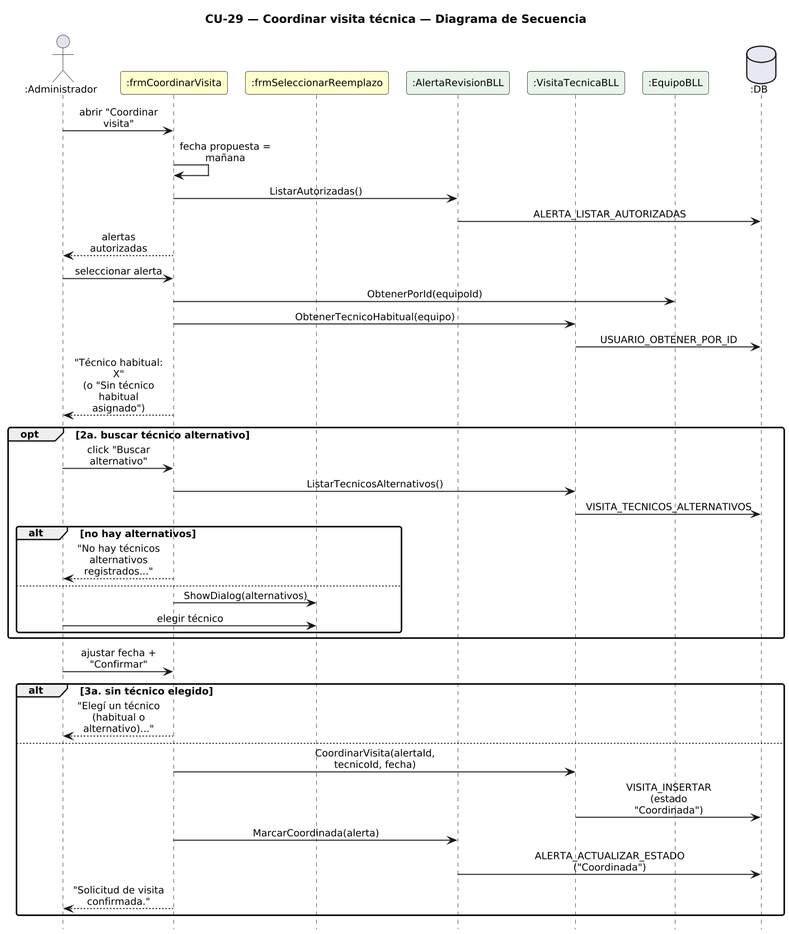
Urrels/ingenieria_software keeps this PlantUML diagram as DIAGRAMAS/DiagramaSecuencia_CU29_CoordinarVisita.png. Above is the earlier version. Source of this version:
```plantuml
@startuml DiagramaSecuencia_CU29_CoordinarVisita

title CU-29 — Coordinar visita técnica — Diagrama de Secuencia

skinparam shadowing false
skinparam roundcorner 6
skinparam sequenceArrowThickness 1.2
skinparam ParticipantPadding 6
skinparam BoxPadding 4
skinparam maxMessageSize 115
skinparam sequenceMessageAlign center
skinparam defaultFontSize 12
skinparam dpi 140
hide footbox

actor ":Administrador" as A
participant ":frmCoordinarVisita" as F #FEFECE
participant ":frmSeleccionarReemplazo" as SR #FEFECE
participant ":AlertaRevisionBLL" as AB #E8F4E8
participant ":VisitaTecnicaBLL" as VB #E8F4E8
participant ":EquipoBLL" as EB #E8F4E8
database ":DB" as DB #E8E8F4

A -> F : abrir "Coordinar visita"
F -> F : fecha propuesta = mañana
F -> AB : ListarAutorizadas()
AB -> DB : ALERTA_LISTAR_AUTORIZADAS
F --> A : alertas autorizadas
A -> F : seleccionar alerta
F -> EB : ObtenerPorId(equipoId)
F -> VB : ObtenerTecnicoHabitual(equipo)
VB -> DB : USUARIO_OBTENER_POR_ID
F --> A : "Técnico habitual: X"\n(o "Sin técnico habitual asignado")
opt 2a. buscar técnico alternativo
  A -> F : click "Buscar alternativo"
  F -> VB : ListarTecnicosAlternativos()
  VB -> DB : VISITA_TECNICOS_ALTERNATIVOS
  alt no hay alternativos
    F --> A : "No hay técnicos alternativos registrados..."
  else
    F -> SR : ShowDialog(alternativos)
    A -> SR : elegir técnico
  end
end
A -> F : ajustar fecha + "Confirmar"
alt 3a. sin técnico elegido
  F --> A : "Elegí un técnico (habitual o alternativo)..."
else
  F -> VB : CoordinarVisita(alertaId, tecnicoId, fecha)
  VB -> DB : VISITA_INSERTAR (estado "Coordinada")
  F -> AB : MarcarCoordinada(alerta)
  AB -> DB : ALERTA_ACTUALIZAR_ESTADO ("Coordinada")
  F --> A : "Solicitud de visita confirmada."
end

@enduml
```
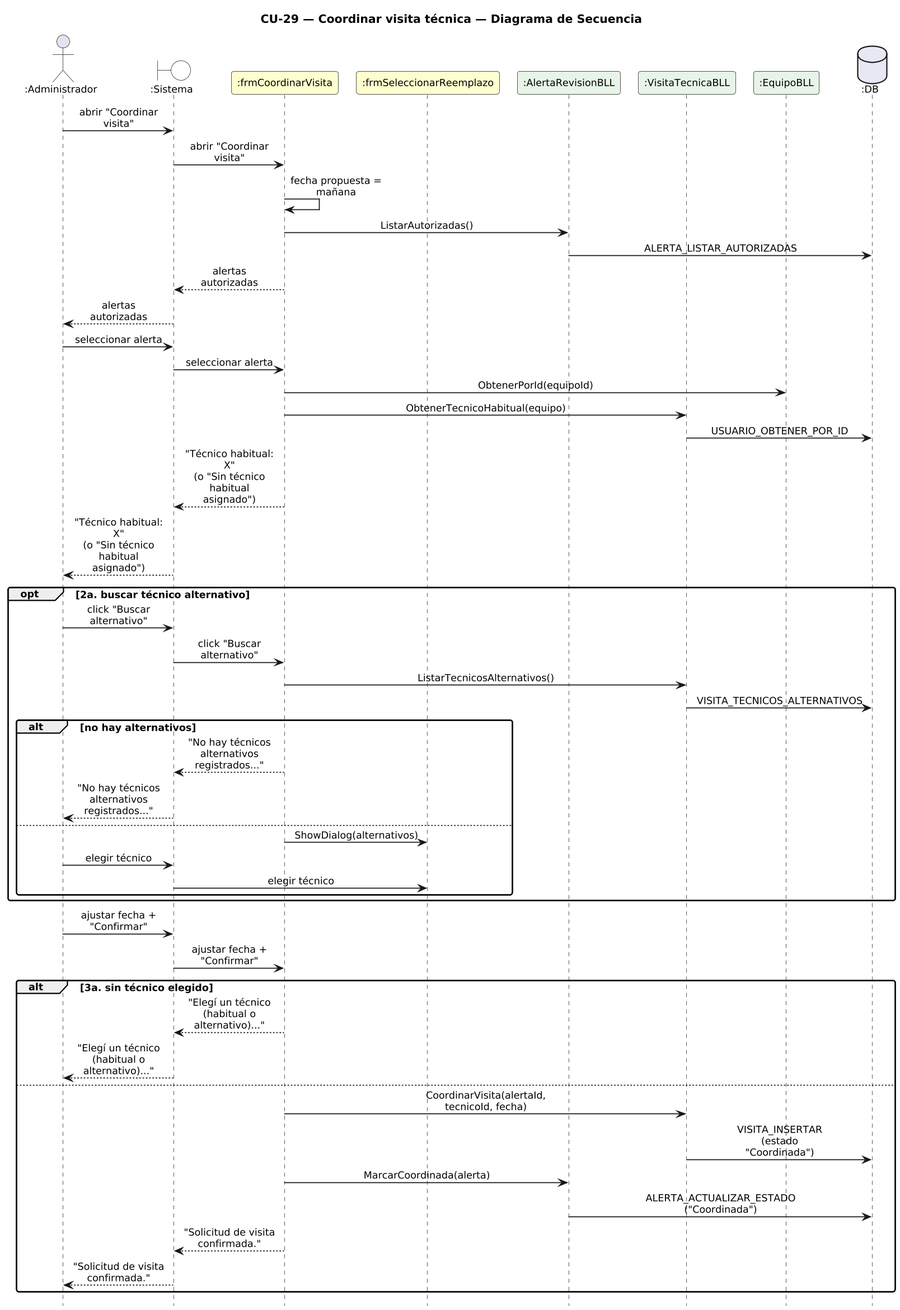
Later version of the same file.

Change to the diagram source:
```diff
@@ -14,6 +14,7 @@
 hide footbox
 
 actor ":Administrador" as A
+boundary ":Sistema" as SYS #FFFFFF
 participant ":frmCoordinarVisita" as F #FEFECE
 participant ":frmSeleccionarReemplazo" as SR #FEFECE
 participant ":AlertaRevisionBLL" as AB #E8F4E8
@@ -21,36 +22,46 @@
 participant ":EquipoBLL" as EB #E8F4E8
 database ":DB" as DB #E8E8F4
 
-A -> F : abrir "Coordinar visita"
+A -> SYS : abrir "Coordinar visita"
+SYS -> F : abrir "Coordinar visita"
 F -> F : fecha propuesta = mañana
 F -> AB : ListarAutorizadas()
 AB -> DB : ALERTA_LISTAR_AUTORIZADAS
-F --> A : alertas autorizadas
-A -> F : seleccionar alerta
+F --> SYS : alertas autorizadas
+SYS --> A : alertas autorizadas
+A -> SYS : seleccionar alerta
+SYS -> F : seleccionar alerta
 F -> EB : ObtenerPorId(equipoId)
 F -> VB : ObtenerTecnicoHabitual(equipo)
 VB -> DB : USUARIO_OBTENER_POR_ID
-F --> A : "Técnico habitual: X"\n(o "Sin técnico habitual asignado")
+F --> SYS : "Técnico habitual: X"\n(o "Sin técnico habitual asignado")
+SYS --> A : "Técnico habitual: X"\n(o "Sin técnico habitual asignado")
 opt 2a. buscar técnico alternativo
-  A -> F : click "Buscar alternativo"
+  A -> SYS : click "Buscar alternativo"
+  SYS -> F : click "Buscar alternativo"
   F -> VB : ListarTecnicosAlternativos()
   VB -> DB : VISITA_TECNICOS_ALTERNATIVOS
   alt no hay alternativos
-    F --> A : "No hay técnicos alternativos registrados..."
+    F --> SYS : "No hay técnicos alternativos registrados..."
+    SYS --> A : "No hay técnicos alternativos registrados..."
   else
     F -> SR : ShowDialog(alternativos)
-    A -> SR : elegir técnico
+    A -> SYS : elegir técnico
+    SYS -> SR : elegir técnico
   end
 end
-A -> F : ajustar fecha + "Confirmar"
+A -> SYS : ajustar fecha + "Confirmar"
+SYS -> F : ajustar fecha + "Confirmar"
 alt 3a. sin técnico elegido
-  F --> A : "Elegí un técnico (habitual o alternativo)..."
+  F --> SYS : "Elegí un técnico (habitual o alternativo)..."
+  SYS --> A : "Elegí un técnico (habitual o alternativo)..."
 else
   F -> VB : CoordinarVisita(alertaId, tecnicoId, fecha)
   VB -> DB : VISITA_INSERTAR (estado "Coordinada")
   F -> AB : MarcarCoordinada(alerta)
   AB -> DB : ALERTA_ACTUALIZAR_ESTADO ("Coordinada")
-  F --> A : "Solicitud de visita confirmada."
+  F --> SYS : "Solicitud de visita confirmada."
+  SYS --> A : "Solicitud de visita confirmada."
 end
 
 @enduml
```
